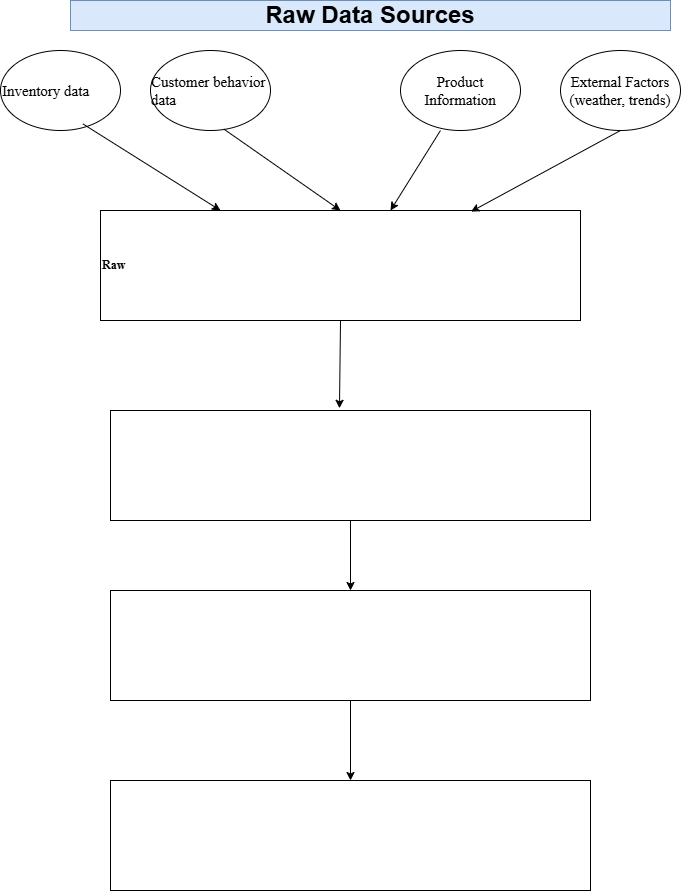
The draw.io diagram DRAFT-AAI_Unit_6_Consol_Act3_.drawio.png in Uchii1/Study-Python, before a commit. Source tidied: cells renumbered, new cells last; positions are measured from the earlier drawing's top-left corner, leaving out a move shared by most shapes.
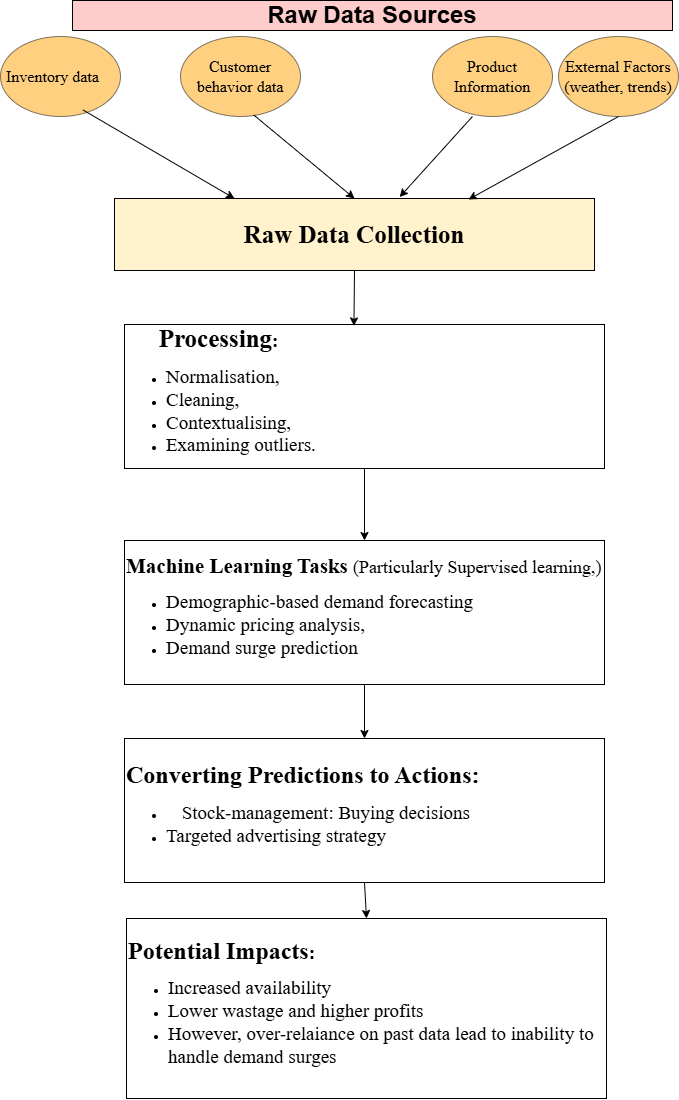
Later version of the same file.

Diff of the diagram source:
```diff
@@ -2,26 +2,26 @@
   <root>
     <mxCell id="0" />
     <mxCell id="1" parent="0" />
-    <mxCell id="2" value="&lt;p style=&quot;&quot;&gt;&lt;b style=&quot;font-family: &amp;quot;Times New Roman&amp;quot;; background-color: transparent; color: light-dark(rgb(0, 0, 0), rgb(255, 255, 255));&quot;&gt;Raw&lt;/b&gt;&lt;/p&gt;" style="rounded=0;whiteSpace=wrap;html=1;align=left;" parent="1" vertex="1">
-      <mxGeometry x="100" y="210" width="480" height="110" as="geometry" />
+    <mxCell id="2" value="&lt;p style=&quot;&quot;&gt;&lt;b style=&quot;font-family: &amp;quot;Times New Roman&amp;quot;; background-color: transparent; color: light-dark(rgb(0, 0, 0), rgb(255, 255, 255));&quot;&gt;&lt;font style=&quot;font-size: 25px;&quot;&gt;Raw Data Collection&lt;/font&gt;&lt;/b&gt;&lt;/p&gt;" style="rounded=0;whiteSpace=wrap;html=1;align=center;fillColor=#fff2cc;strokeColor=light-dark(#000000, #6d5100);" parent="1" vertex="1">
+      <mxGeometry x="100" y="224" width="480" height="72" as="geometry" />
     </mxCell>
-    <mxCell id="3" value="&lt;font style=&quot;font-size: 15px;&quot;&gt;Inventory data&lt;span style=&quot;white-space: pre;&quot;&gt;&#9;&lt;/span&gt;&lt;/font&gt;" style="ellipse;whiteSpace=wrap;html=1;fontFamily=Times New Roman;fontSize=18;align=left;" parent="1" vertex="1">
-      <mxGeometry y="50" width="120" height="80" as="geometry" />
+    <mxCell id="3" value="&lt;font style=&quot;font-size: 16px;&quot;&gt;Inventory data&lt;span style=&quot;white-space: pre;&quot;&gt;&#9;&lt;/span&gt;&lt;/font&gt;" style="ellipse;whiteSpace=wrap;html=1;fontFamily=Times New Roman;fontSize=18;align=center;fillColor=light-dark(#ffa200, #EDEDED);opacity=50;" parent="1" vertex="1">
+      <mxGeometry x="-14" y="62" width="120" height="80" as="geometry" />
     </mxCell>
-    <mxCell id="4" value="&lt;div style=&quot;text-align: left;&quot;&gt;&lt;font face=&quot;Times New Roman&quot; style=&quot;font-size: 15px;&quot;&gt;Customer behavior data&lt;/font&gt;&lt;/div&gt;" style="ellipse;whiteSpace=wrap;html=1;" parent="1" vertex="1">
-      <mxGeometry x="150" y="50" width="120" height="80" as="geometry" />
+    <mxCell id="4" value="&lt;div style=&quot;&quot;&gt;&lt;font face=&quot;Times New Roman&quot; style=&quot;font-size: 16px;&quot;&gt;Customer behavior data&lt;/font&gt;&lt;/div&gt;" style="ellipse;whiteSpace=wrap;html=1;fillColor=light-dark(#ffa200, #EDEDED);opacity=50;align=center;" parent="1" vertex="1">
+      <mxGeometry x="166" y="62" width="120" height="80" as="geometry" />
     </mxCell>
-    <mxCell id="5" value="&lt;span style=&quot;font-family: &amp;quot;Times New Roman&amp;quot;; text-align: left;&quot;&gt;&lt;font style=&quot;font-size: 15px;&quot;&gt;Product Information&lt;/font&gt;&lt;/span&gt;" style="ellipse;whiteSpace=wrap;html=1;" parent="1" vertex="1">
-      <mxGeometry x="400" y="50" width="120" height="80" as="geometry" />
+    <mxCell id="5" value="&lt;span style=&quot;font-family: &amp;quot;Times New Roman&amp;quot;; text-align: left;&quot;&gt;&lt;font style=&quot;font-size: 16px;&quot;&gt;Product Information&lt;/font&gt;&lt;/span&gt;" style="ellipse;whiteSpace=wrap;html=1;fillColor=light-dark(#ffa200, #EDEDED);opacity=50;" parent="1" vertex="1">
+      <mxGeometry x="418" y="62" width="120" height="80" as="geometry" />
     </mxCell>
-    <mxCell id="6" style="rounded=0;whiteSpace=wrap;html=1;align=left;" parent="1" vertex="1">
-      <mxGeometry x="110" y="410" width="480" height="110" as="geometry" />
+    <mxCell id="6" value="&lt;div style=&quot;text-align: center;&quot;&gt;&lt;b style=&quot;font-family: &amp;quot;Times New Roman&amp;quot;; background-color: transparent; color: light-dark(rgb(0, 0, 0), rgb(255, 255, 255));&quot;&gt;&lt;font style=&quot;font-size: 25px;&quot;&gt;Processing&lt;/font&gt;&lt;span style=&quot;font-size: 19px;&quot;&gt;:&amp;nbsp;&lt;/span&gt;&lt;/b&gt;&lt;/div&gt;&lt;div&gt;&lt;ul&gt;&lt;li&gt;&lt;font face=&quot;Times New Roman&quot; style=&quot;font-size: 19px;&quot;&gt;Normalisation,&amp;nbsp;&lt;/font&gt;&lt;/li&gt;&lt;li&gt;&lt;font face=&quot;Times New Roman&quot; style=&quot;font-size: 19px;&quot;&gt;Cleaning,&amp;nbsp;&lt;/font&gt;&lt;/li&gt;&lt;li&gt;&lt;font face=&quot;Times New Roman&quot; style=&quot;font-size: 19px;&quot;&gt;Contextualising,&amp;nbsp;&lt;/font&gt;&lt;/li&gt;&lt;li&gt;&lt;font face=&quot;Times New Roman&quot; style=&quot;font-size: 19px;&quot;&gt;Examining outliers.&lt;/font&gt;&lt;/li&gt;&lt;/ul&gt;&lt;/div&gt;" style="rounded=0;whiteSpace=wrap;html=1;align=left;" parent="1" vertex="1">
+      <mxGeometry x="110" y="350" width="480" height="144" as="geometry" />
     </mxCell>
-    <mxCell id="7" style="rounded=0;whiteSpace=wrap;html=1;align=left;" parent="1" vertex="1">
-      <mxGeometry x="110" y="780" width="480" height="110" as="geometry" />
+    <mxCell id="7" value="&lt;div style=&quot;&quot;&gt;&lt;div style=&quot;text-align: center;&quot;&gt;&lt;span style=&quot;font-family: &amp;quot;Times New Roman&amp;quot;; background-color: transparent; color: light-dark(rgb(0, 0, 0), rgb(255, 255, 255));&quot;&gt;&lt;font style=&quot;font-weight: bold; font-size: 24px;&quot;&gt;Converting Predictions to Actions:&amp;nbsp;&lt;/font&gt;&lt;/span&gt;&lt;/div&gt;&lt;div style=&quot;&quot;&gt;&lt;ul&gt;&lt;li style=&quot;text-align: center;&quot;&gt;&lt;font face=&quot;Times New Roman&quot;&gt;&lt;span style=&quot;font-size: 19px;&quot;&gt;Stock-management: Buying decisions&lt;/span&gt;&lt;/font&gt;&lt;/li&gt;&lt;li&gt;&lt;font face=&quot;Times New Roman&quot;&gt;&lt;span style=&quot;font-size: 19px;&quot;&gt;Targeted advertising strategy&lt;/span&gt;&lt;/font&gt;&lt;/li&gt;&lt;/ul&gt;&lt;/div&gt;&lt;/div&gt;" style="rounded=0;whiteSpace=wrap;html=1;align=left;" parent="1" vertex="1">
+      <mxGeometry x="110" y="764" width="480" height="144" as="geometry" />
     </mxCell>
-    <mxCell id="8" style="rounded=0;whiteSpace=wrap;html=1;align=left;" parent="1" vertex="1">
-      <mxGeometry x="110" y="590" width="480" height="110" as="geometry" />
+    <mxCell id="8" value="&lt;div style=&quot;text-align: center;&quot;&gt;&lt;span style=&quot;font-family: &amp;quot;Times New Roman&amp;quot;; background-color: transparent; color: light-dark(rgb(0, 0, 0), rgb(255, 255, 255));&quot;&gt;&lt;font style=&quot;font-weight: bold; font-size: 21px;&quot;&gt;Machine Learning Tasks&lt;/font&gt;&lt;font style=&quot;font-weight: bold; font-size: 21px;&quot;&gt; &lt;/font&gt;&lt;font style=&quot;font-size: 18px;&quot;&gt;(Particularly&amp;nbsp;&lt;/font&gt;&lt;/span&gt;&lt;span style=&quot;font-family: &amp;quot;Times New Roman&amp;quot;; background-color: transparent; color: light-dark(rgb(0, 0, 0), rgb(255, 255, 255)); text-align: left;&quot;&gt;&lt;font style=&quot;font-size: 18px;&quot;&gt;Supervised learning,)&lt;/font&gt;&lt;/span&gt;&lt;/div&gt;&lt;div&gt;&lt;ul&gt;&lt;li&gt;&lt;font face=&quot;Times New Roman&quot; style=&quot;font-size: 19px;&quot;&gt;Demographic-based demand forecasting&lt;/font&gt;&lt;/li&gt;&lt;li&gt;&lt;font face=&quot;Times New Roman&quot; style=&quot;font-size: 19px;&quot;&gt;Dynamic pricing analysis,&amp;nbsp;&lt;/font&gt;&lt;/li&gt;&lt;li&gt;&lt;font face=&quot;Times New Roman&quot; style=&quot;font-size: 19px;&quot;&gt;Demand surge prediction&lt;/font&gt;&lt;/li&gt;&lt;/ul&gt;&lt;/div&gt;" style="rounded=0;whiteSpace=wrap;html=1;align=left;" parent="1" vertex="1">
+      <mxGeometry x="110" y="566" width="480" height="144" as="geometry" />
     </mxCell>
     <mxCell id="9" style="endArrow=classic;html=1;rounded=0;curved=0;exitX=0.686;exitY=0.917;exitDx=0;exitDy=0;exitPerimeter=0;entryX=0.25;entryY=0;entryDx=0;entryDy=0;" parent="1" edge="1" source="3" target="2">
       <mxGeometry relative="1" as="geometry" />
@@ -35,22 +35,28 @@
     <mxCell id="12" style="endArrow=classic;html=1;rounded=0;curved=0;exitX=0.5;exitY=1;exitDx=0;exitDy=0;entryX=0.5;entryY=0;entryDx=0;entryDy=0;" parent="1" edge="1" source="8" target="7">
       <mxGeometry relative="1" as="geometry" />
     </mxCell>
-    <mxCell id="13" style="endArrow=classic;html=1;rounded=0;curved=0;exitX=0.333;exitY=1;exitDx=0;exitDy=0;exitPerimeter=0;entryX=0.847;entryY=-0.031;entryDx=0;entryDy=0;entryPerimeter=0;" parent="1" edge="1" source="5">
-      <mxGeometry relative="1" as="geometry">
-        <mxPoint x="390" y="210" as="targetPoint" />
-      </mxGeometry>
+    <mxCell id="13" style="endArrow=classic;html=1;rounded=0;curved=0;exitX=0.333;exitY=1;exitDx=0;exitDy=0;exitPerimeter=0;entryX=0.594;entryY=-0.02;entryDx=0;entryDy=0;entryPerimeter=0;" parent="1" edge="1" source="5" target="2">
+      <mxGeometry relative="1" as="geometry" />
     </mxCell>
-    <mxCell id="14" style="endArrow=classic;html=1;rounded=0;curved=0;exitX=0.5;exitY=1;exitDx=0;exitDy=0;entryX=0.477;entryY=-0.02;entryDx=0;entryDy=0;entryPerimeter=0;" parent="1" edge="1" source="2" target="6">
-      <mxGeometry relative="1" as="geometry" />
-    </mxCell>
-    <mxCell id="15" value="Raw Data Sources" style="text;html=1;whiteSpace=wrap;strokeColor=#6c8ebf;fillColor=#dae8fc;align=center;verticalAlign=middle;rounded=0;fontSize=24;fontStyle=1;" parent="1" vertex="1">
-      <mxGeometry x="70" width="600" height="30" as="geometry" />
+    <mxCell id="15" value="Raw Data Sources" style="text;html=1;whiteSpace=wrap;strokeColor=light-dark(#000000, #5c79a3);fillColor=#FFCCCC;align=center;verticalAlign=middle;rounded=0;fontSize=24;fontStyle=1;fillStyle=solid;" parent="1" vertex="1">
+      <mxGeometry x="58" y="26" width="600" height="30" as="geometry" />
     </mxCell>
-    <mxCell id="16" value="&lt;span style=&quot;font-family: &amp;quot;Times New Roman&amp;quot;; text-align: left;&quot;&gt;&lt;font style=&quot;font-size: 15px;&quot;&gt;External Factors (weather, trends)&lt;/font&gt;&lt;/span&gt;" style="ellipse;whiteSpace=wrap;html=1;" parent="1" vertex="1">
-      <mxGeometry x="560" y="50" width="120" height="80" as="geometry" />
+    <mxCell id="16" value="&lt;span style=&quot;font-family: &amp;quot;Times New Roman&amp;quot;; text-align: left;&quot;&gt;&lt;font style=&quot;font-size: 16px;&quot;&gt;External Factors (weather, trends)&lt;/font&gt;&lt;/span&gt;" style="ellipse;whiteSpace=wrap;html=1;fillColor=light-dark(#ffa200, #EDEDED);opacity=50;" parent="1" vertex="1">
+      <mxGeometry x="544" y="62" width="120" height="80" as="geometry" />
     </mxCell>
-    <mxCell id="17" style="endArrow=classic;html=1;rounded=0;curved=0;exitX=0.5;exitY=1;exitDx=0;exitDy=0;entryX=0.772;entryY=0.01;entryDx=0;entryDy=0;entryPerimeter=0;" parent="1" edge="1" source="16" target="2">
-      <mxGeometry relative="1" as="geometry" />
+    <mxCell id="17" style="endArrow=classic;html=1;rounded=0;curved=0;exitX=0.5;exitY=1;exitDx=0;exitDy=0;" parent="1" edge="1" source="16">
+      <mxGeometry relative="1" as="geometry">
+        <mxPoint x="454" y="225" as="targetPoint" />
+      </mxGeometry>
     </mxCell>
+    <mxCell id="18" value="&lt;div style=&quot;&quot;&gt;&lt;b style=&quot;font-family: &amp;quot;Times New Roman&amp;quot;; background-color: transparent; color: light-dark(rgb(0, 0, 0), rgb(255, 255, 255));&quot;&gt;&lt;font style=&quot;font-size: 24px;&quot;&gt;Potential Impacts&lt;/font&gt;&lt;span style=&quot;font-size: 19px;&quot;&gt;:&lt;/span&gt;&lt;/b&gt;&lt;/div&gt;&lt;div&gt;&lt;ul&gt;&lt;li&gt;&lt;font face=&quot;Times New Roman&quot; style=&quot;font-size: 19px;&quot;&gt;Increased availability&lt;/font&gt;&lt;/li&gt;&lt;li&gt;&lt;font face=&quot;Times New Roman&quot; style=&quot;font-size: 19px;&quot;&gt;Lower wastage and higher profits&lt;/font&gt;&lt;/li&gt;&lt;li&gt;&lt;font face=&quot;Times New Roman&quot;&gt;&lt;span style=&quot;font-size: 19px;&quot;&gt;However, over-relaiance on past data lead to inability to handle demand surges&lt;/span&gt;&lt;/font&gt;&lt;/li&gt;&lt;/ul&gt;&lt;/div&gt;" style="rounded=0;whiteSpace=wrap;html=1;align=left;" parent="1" vertex="1">
+      <mxGeometry x="112" y="944" width="480" height="180" as="geometry" />
+    </mxCell>
+    <mxCell id="14" style="endArrow=classic;html=1;rounded=0;curved=0;exitX=0.5;exitY=1;exitDx=0;exitDy=0;entryX=0.478;entryY=0.01;entryDx=0;entryDy=0;entryPerimeter=0;" parent="1" edge="1" source="2" target="6">
+      <mxGeometry relative="1" as="geometry" />
+    </mxCell>
+    <mxCell id="19" style="endArrow=classic;html=1;rounded=0;curved=0;exitX=0.5;exitY=1;exitDx=0;exitDy=0;entryX=0.5;entryY=0;entryDx=0;entryDy=0;" parent="1" edge="1" source="7" target="18">
+      <mxGeometry relative="1" as="geometry" />
+    </mxCell>
   </root>
 </mxGraphModel>
```
